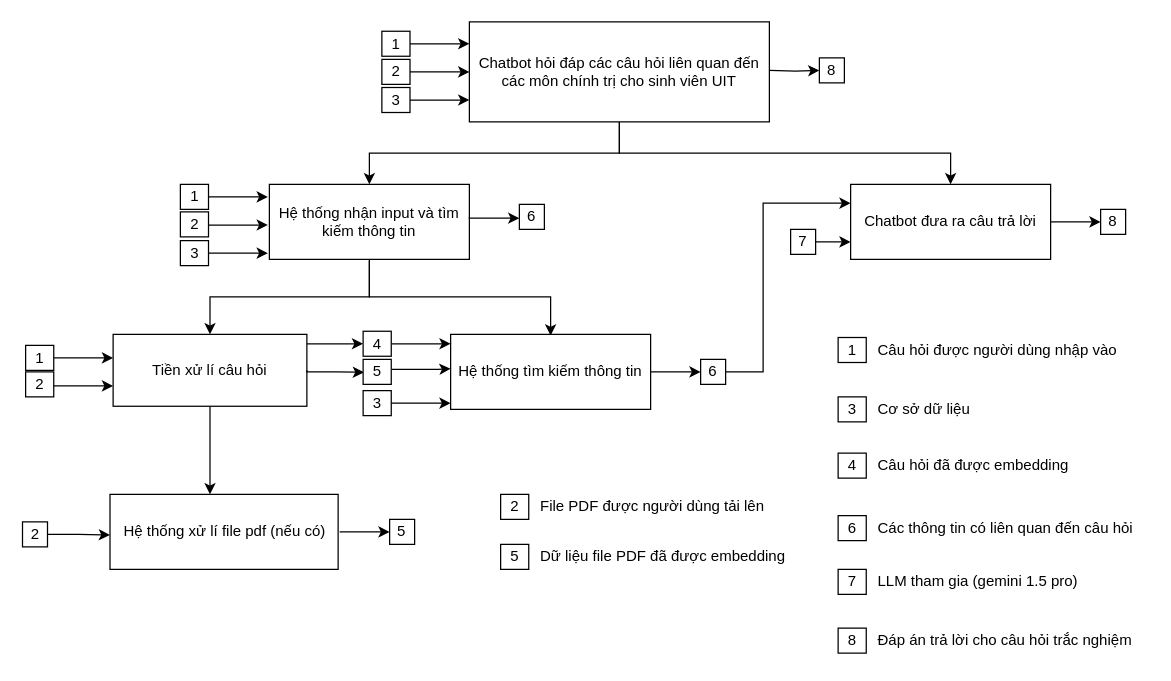
Above: AIThinking.drawio in ht-N/AIThinking (draw.io), before the change. Source tidied: cells renumbered, new cells numbered last; positions are measured from the earlier drawing's top-left corner, leaving out a move shared by most shapes. Both pictures are drawn from the tidied source at 125%, with x=0, y=0 at pixel (22, 21).
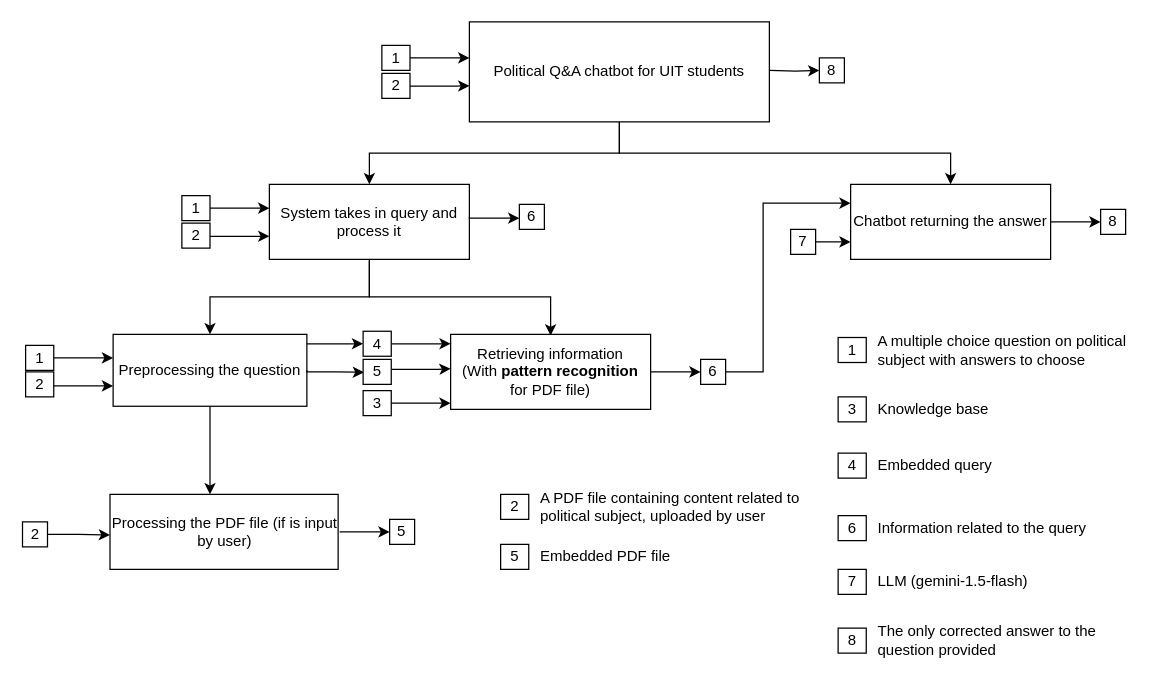
After the change.

Diff of the diagram source:
```diff
@@
-    <mxCell id="4" value="Chatbot hỏi đáp các câu hỏi liên quan đến các môn chính trị cho sinh viên UIT" style="rounded=0;whiteSpace=wrap;html=1;" parent="1" vertex="1">
+    <mxCell id="4" value="Political Q&amp;amp;A chatbot for UIT students" style="rounded=0;whiteSpace=wrap;html=1;" parent="1" vertex="1">
       <mxGeometry x="357" width="240" height="80" as="geometry" />
     </mxCell>
@@
-    <mxCell id="7" value="Hệ thống nhận input và tìm kiếm thông tin" style="rounded=0;whiteSpace=wrap;html=1;" parent="1" vertex="1">
+    <mxCell id="7" value="System takes in query and process it" style="rounded=0;whiteSpace=wrap;html=1;" parent="1" vertex="1">
       <mxGeometry x="197" y="130" width="160" height="60" as="geometry" />
     </mxCell>
@@
-    <mxCell id="9" value="Chatbot đưa ra câu trả lời" style="rounded=0;whiteSpace=wrap;html=1;" parent="1" vertex="1">
+    <mxCell id="9" value="Chatbot returning the answer" style="rounded=0;whiteSpace=wrap;html=1;" parent="1" vertex="1">
       <mxGeometry x="662" y="130" width="160" height="60" as="geometry" />
     </mxCell>
@@
-    <mxCell id="12" value="Tiền xử lí câu hỏi" style="rounded=0;whiteSpace=wrap;html=1;" parent="1" vertex="1">
+    <mxCell id="12" value="Preprocessing the question" style="rounded=0;whiteSpace=wrap;html=1;" parent="1" vertex="1">
       <mxGeometry x="72" y="250" width="155" height="57.5" as="geometry" />
     </mxCell>
@@
-    <mxCell id="14" value="Hệ thống tìm kiếm thông tin" style="rounded=0;whiteSpace=wrap;html=1;" parent="1" vertex="1">
+    <mxCell id="14" value="Retrieving information&lt;div&gt;(With &lt;b&gt;pattern recognition&lt;/b&gt; for PDF file)&lt;/div&gt;" style="rounded=0;whiteSpace=wrap;html=1;" parent="1" vertex="1">
       <mxGeometry x="342" y="250" width="160" height="60" as="geometry" />
     </mxCell>
@@
-    <mxCell id="23" value="Câu hỏi được người dùng nhập vào" style="text;html=1;align=left;verticalAlign=middle;whiteSpace=wrap;rounded=0;" parent="1" vertex="1">
+    <mxCell id="23" value="A multiple choice question on political subject with answers to choose" style="text;html=1;align=left;verticalAlign=middle;whiteSpace=wrap;rounded=0;" parent="1" vertex="1">
       <mxGeometry x="682" y="247.5" width="220" height="30" as="geometry" />
     </mxCell>
@@
-    <mxCell id="25" value="Câu hỏi đã được embedding" style="text;html=1;align=left;verticalAlign=middle;whiteSpace=wrap;rounded=0;" parent="1" vertex="1">
+    <mxCell id="25" value="Embedded query" style="text;html=1;align=left;verticalAlign=middle;whiteSpace=wrap;rounded=0;" parent="1" vertex="1">
       <mxGeometry x="682" y="340" width="220" height="30" as="geometry" />
     </mxCell>
@@
-    <mxCell id="27" value="Các thông tin có liên quan đến câu hỏi" style="text;html=1;align=left;verticalAlign=middle;whiteSpace=wrap;rounded=0;" parent="1" vertex="1">
+    <mxCell id="27" value="Information related to the query" style="text;html=1;align=left;verticalAlign=middle;whiteSpace=wrap;rounded=0;" parent="1" vertex="1">
       <mxGeometry x="682" y="390" width="220" height="30" as="geometry" />
     </mxCell>
@@
-    <mxCell id="29" value="LLM tham gia (gemini 1.5 pro)" style="text;html=1;align=left;verticalAlign=middle;whiteSpace=wrap;rounded=0;" parent="1" vertex="1">
+    <mxCell id="29" value="LLM (gemini-1.5-flash)" style="text;html=1;align=left;verticalAlign=middle;whiteSpace=wrap;rounded=0;" parent="1" vertex="1">
       <mxGeometry x="682" y="433" width="220" height="30" as="geometry" />
     </mxCell>
@@
-    <mxCell id="31" value="Đáp án trả lời cho câu hỏi trắc nghiệm" style="text;html=1;align=left;verticalAlign=middle;whiteSpace=wrap;rounded=0;" parent="1" vertex="1">
+    <mxCell id="31" value="&lt;span style=&quot;text-align: center;&quot;&gt;The only corrected answer to the question provided&lt;/span&gt;" style="text;html=1;align=left;verticalAlign=middle;whiteSpace=wrap;rounded=0;" parent="1" vertex="1">
       <mxGeometry x="682" y="480" width="220" height="30" as="geometry" />
     </mxCell>
@@
-    <mxCell id="34" value="Cơ sở dữ liệu" style="text;html=1;align=left;verticalAlign=middle;whiteSpace=wrap;rounded=0;" parent="1" vertex="1">
+    <mxCell id="34" value="Knowledge base" style="text;html=1;align=left;verticalAlign=middle;whiteSpace=wrap;rounded=0;" parent="1" vertex="1">
       <mxGeometry x="682" y="295" width="220" height="30" as="geometry" />
     </mxCell>
@@
-    <mxCell id="37" value="Hệ thống xử lí file pdf (nếu có)" style="rounded=0;whiteSpace=wrap;html=1;" parent="1" vertex="1">
+    <mxCell id="37" value="Processing the PDF file (if is input by user)" style="rounded=0;whiteSpace=wrap;html=1;" parent="1" vertex="1">
       <mxGeometry x="69.5" y="378" width="182.5" height="60" as="geometry" />
     </mxCell>
@@
-    <mxCell id="46" value="File PDF được người dùng tải lên" style="text;html=1;align=left;verticalAlign=middle;whiteSpace=wrap;rounded=0;" parent="1" vertex="1">
+    <mxCell id="46" value="A PDF file containing content related to political subject, uploaded by user" style="text;html=1;align=left;verticalAlign=middle;whiteSpace=wrap;rounded=0;" parent="1" vertex="1">
       <mxGeometry x="412" y="373" width="220" height="30" as="geometry" />
     </mxCell>
@@
-    <mxCell id="48" value="Dữ liệu file PDF đã được embedding" style="text;html=1;align=left;verticalAlign=middle;whiteSpace=wrap;rounded=0;" parent="1" vertex="1">
+    <mxCell id="48" value="Embedded PDF file" style="text;html=1;align=left;verticalAlign=middle;whiteSpace=wrap;rounded=0;" parent="1" vertex="1">
       <mxGeometry x="412" y="413" width="220" height="30" as="geometry" />
     </mxCell>
@@
     <mxCell id="50" style="edgeStyle=orthogonalEdgeStyle;rounded=0;jettySize=auto;html=1;" parent="1" edge="1" source="51">
       <mxGeometry relative="1" as="geometry">
-        <mxPoint x="195.8" y="140" as="targetPoint" />
+        <mxPoint x="197" y="149" as="targetPoint" />
         <Array as="points">
-          <mxPoint x="185.8" y="140" />
-          <mxPoint x="185.8" y="140" />
+          <mxPoint x="187" y="149" />
+          <mxPoint x="187" y="149" />
         </Array>
       </mxGeometry>
     </mxCell>
     <mxCell id="51" value="1" style="rounded=0;whiteSpace=wrap;html=1;" parent="1" vertex="1">
-      <mxGeometry x="125.8" y="130" width="22.5" height="20" as="geometry" />
+      <mxGeometry x="127" y="139" width="22.5" height="20" as="geometry" />
     </mxCell>
     <mxCell id="52" style="edgeStyle=orthogonalEdgeStyle;rounded=0;orthogonalLoop=1;jettySize=auto;html=1;" parent="1" edge="1">
       <mxGeometry relative="1" as="geometry">
-        <mxPoint x="145.4" y="162.5" as="sourcePoint" />
-        <mxPoint x="195.8" y="162.5" as="targetPoint" />
+        <mxPoint x="146.7" y="171.5" as="sourcePoint" />
+        <mxPoint x="197" y="171.5" as="targetPoint" />
         <Array as="points">
-          <mxPoint x="185.8" y="162.5" />
-          <mxPoint x="185.8" y="162.5" />
+          <mxPoint x="187" y="171.5" />
+          <mxPoint x="187" y="171.5" />
         </Array>
       </mxGeometry>
     </mxCell>
-    <mxCell id="53" style="edgeStyle=orthogonalEdgeStyle;rounded=0;jettySize=auto;html=1;" parent="1" edge="1" source="54">
-      <mxGeometry relative="1" as="geometry">
-        <mxPoint x="195.8" y="185" as="targetPoint" />
-        <Array as="points">
-          <mxPoint x="185.8" y="185" />
-          <mxPoint x="185.8" y="185" />
-        </Array>
-      </mxGeometry>
-    </mxCell>
-    <mxCell id="54" value="3" style="rounded=0;whiteSpace=wrap;html=1;" parent="1" vertex="1">
-      <mxGeometry x="125.8" y="175" width="22.5" height="20" as="geometry" />
-    </mxCell>
     <mxCell id="55" style="edgeStyle=orthogonalEdgeStyle;rounded=0;jettySize=auto;html=1;" parent="1" edge="1" source="56">
       <mxGeometry relative="1" as="geometry">
-        <mxPoint x="357" y="17.5" as="targetPoint" />
+        <mxPoint x="357" y="28.8" as="targetPoint" />
         <Array as="points">
-          <mxPoint x="347" y="17.5" />
-          <mxPoint x="347" y="17.5" />
+          <mxPoint x="347" y="28.8" />
+          <mxPoint x="347" y="28.8" />
         </Array>
       </mxGeometry>
     </mxCell>
     <mxCell id="56" value="1" style="rounded=0;whiteSpace=wrap;html=1;" parent="1" vertex="1">
-      <mxGeometry x="287" y="7.5" width="22.5" height="20" as="geometry" />
+      <mxGeometry x="287" y="18.8" width="22.5" height="20" as="geometry" />
     </mxCell>
     <mxCell id="57" style="edgeStyle=orthogonalEdgeStyle;rounded=0;orthogonalLoop=1;jettySize=auto;html=1;" parent="1" edge="1">
       <mxGeometry relative="1" as="geometry">
-        <mxPoint x="306.7" y="40" as="sourcePoint" />
-        <mxPoint x="357" y="40" as="targetPoint" />
+        <mxPoint x="306.7" y="51.3" as="sourcePoint" />
+        <mxPoint x="357" y="51.2" as="targetPoint" />
         <Array as="points">
-          <mxPoint x="347" y="40" />
-          <mxPoint x="347" y="40" />
+          <mxPoint x="347" y="51.2" />
+          <mxPoint x="347" y="51.2" />
         </Array>
       </mxGeometry>
     </mxCell>
-    <mxCell id="58" style="edgeStyle=orthogonalEdgeStyle;rounded=0;jettySize=auto;html=1;" parent="1" edge="1" source="59">
-      <mxGeometry relative="1" as="geometry">
-        <mxPoint x="357" y="62.5" as="targetPoint" />
-        <Array as="points">
-          <mxPoint x="347" y="62.5" />
-          <mxPoint x="347" y="62.5" />
-        </Array>
-      </mxGeometry>
-    </mxCell>
-    <mxCell id="59" value="3" style="rounded=0;whiteSpace=wrap;html=1;" parent="1" vertex="1">
-      <mxGeometry x="287" y="52.5" width="22.5" height="20" as="geometry" />
-    </mxCell>
@@
     <mxCell id="65" value="2" style="rounded=0;whiteSpace=wrap;html=1;" parent="1" vertex="1">
-      <mxGeometry x="287" y="30" width="22.5" height="20" as="geometry" />
+      <mxGeometry x="287" y="41.2" width="22.5" height="20" as="geometry" />
     </mxCell>
@@
     <mxCell id="67" value="2" style="rounded=0;whiteSpace=wrap;html=1;" parent="1" vertex="1">
-      <mxGeometry x="125.8" y="152" width="22.5" height="20" as="geometry" />
+      <mxGeometry x="127" y="161" width="22.5" height="20" as="geometry" />
     </mxCell>
```
